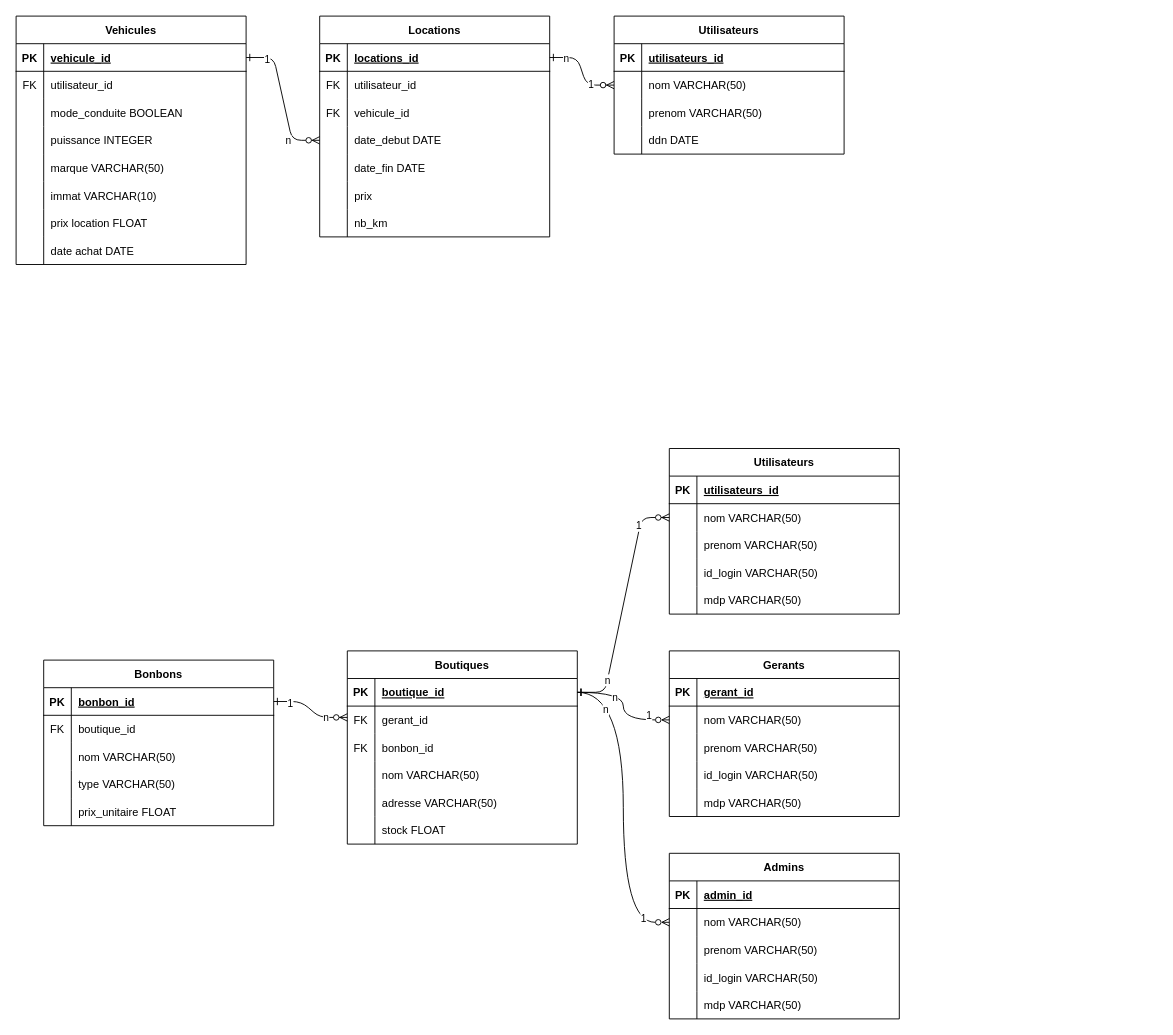
PingouinTrash/SAE-203-GitHub keeps this draw.io diagram as Diagramme sans nom.drawio. Above is the earlier version. Source tidied: cells renumbered, new cells numbered last; positions are measured from the earlier drawing's top-left corner, leaving out a move shared by most shapes. Both pictures are drawn from the tidied source at 92%, with x=0, y=0 at pixel (16, 16).
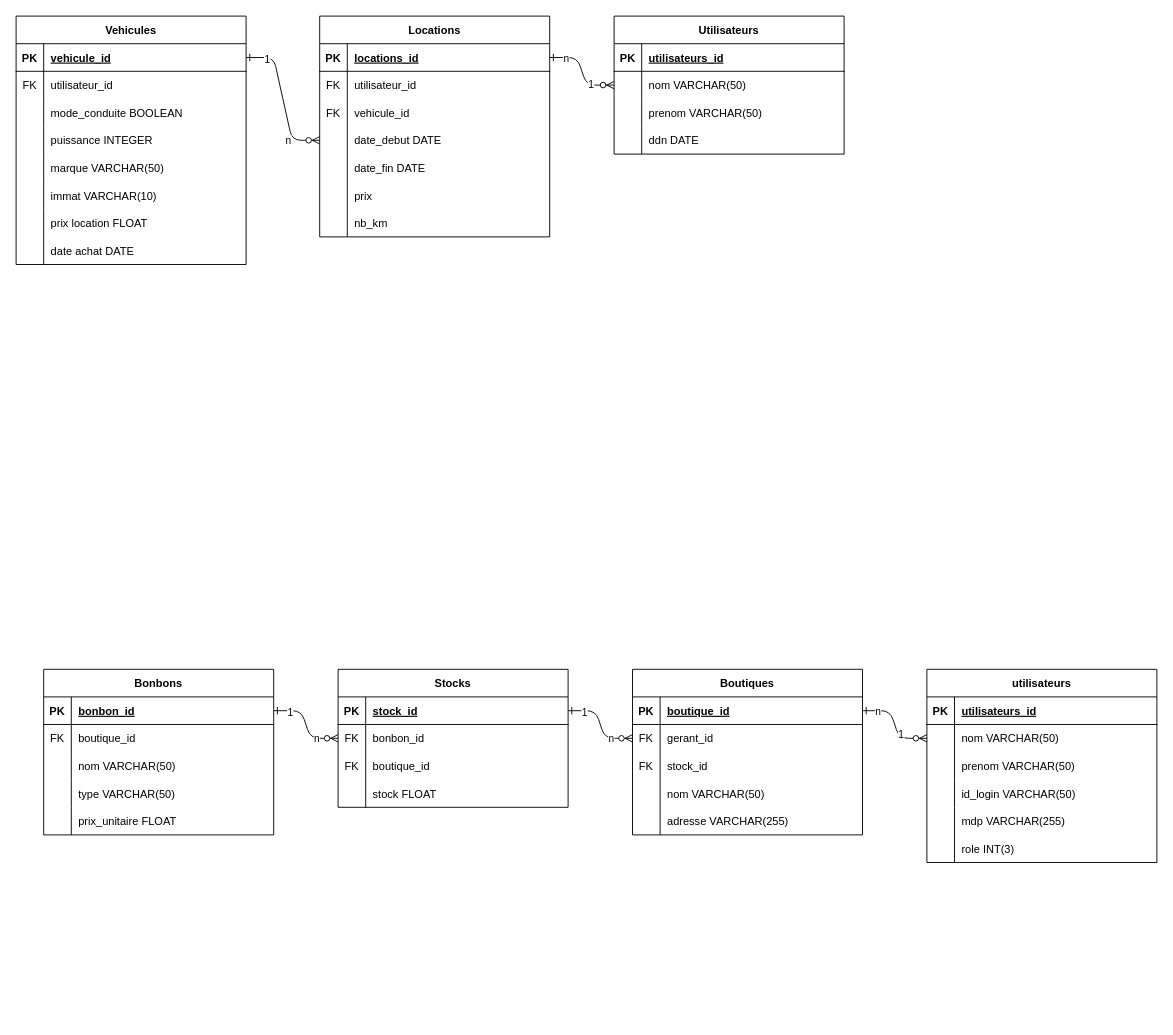
Above is the later version.

Commit message:
Mettre à jour Diagramme sans nom.drawio

Unchanged cells that the change refers to:
```xml
<mxCell id="68" style="edgeStyle=entityRelationEdgeStyle;endArrow=ERzeroToMany;startArrow=ERone;endFill=1;startFill=0;entryX=0;entryY=0.5;entryDx=0;entryDy=0;exitX=1;exitY=0.5;exitDx=0;exitDy=0;" parent="1" edge="1" source="91" target="78">
  <mxGeometry relative="1" as="geometry" />
</mxCell>
<mxCell id="87" style="shape=partialRectangle;fillColor=none;top=0;left=0;right=0;bottom=0;" parent="74" vertex="1">
  <mxGeometry y="150" width="250" height="30" as="geometry" />
</mxCell>
<mxCell id="91" style="shape=partialRectangle;fillColor=none;points=[[0,0.5],[1,0.5]];portConstraint=eastwest;top=0;left=0;right=0;bottom=1;" parent="90" vertex="1">
  <mxGeometry y="30" width="250" height="30" as="geometry" />
</mxCell>
<mxCell id="94" style="shape=partialRectangle;fillColor=none;points=[[0,0.5],[1,0.5]];portConstraint=eastwest;top=0;left=0;right=0;bottom=0;" parent="90" vertex="1">
  <mxGeometry y="60" width="250" height="30" as="geometry" />
</mxCell>
<mxCell id="97" style="shape=partialRectangle;fillColor=none;top=0;left=0;right=0;bottom=0;" parent="90" vertex="1">
  <mxGeometry y="90" width="250" height="30" as="geometry" />
</mxCell>
<mxCell id="103" style="shape=partialRectangle;fillColor=none;top=0;left=0;right=0;bottom=0;" parent="90" vertex="1">
  <mxGeometry y="150" width="250" height="30" as="geometry" />
</mxCell>
<mxCell id="110" style="shape=partialRectangle;fillColor=none;points=[[0,0.5],[1,0.5]];portConstraint=eastwest;top=0;left=0;right=0;bottom=1;" parent="109" vertex="1">
  <mxGeometry y="30" width="250" height="30" as="geometry" />
</mxCell>
```

Diff of the diagram source:
```diff
@@
     <mxCell id="69" value="1" style="edgeLabel;html=1;align=center;verticalAlign=middle;" parent="68" vertex="1">
       <mxGeometry x="0.69" y="1" relative="1" as="geometry">
-        <mxPoint x="-1" as="offset" />
+        <mxPoint x="-14" y="-4" as="offset" />
       </mxGeometry>
     </mxCell>
@@
-    <mxCell id="71" style="edgeStyle=entityRelationEdgeStyle;endArrow=ERzeroToMany;startArrow=ERone;endFill=1;startFill=0;exitX=1;exitY=0.5;exitDx=0;exitDy=0;entryX=0;entryY=0.41;entryDx=0;entryDy=0;entryPerimeter=0;" parent="1" edge="1" source="110" target="94">
+    <mxCell id="71" style="edgeStyle=entityRelationEdgeStyle;endArrow=ERzeroToMany;startArrow=ERone;endFill=1;startFill=0;exitX=1;exitY=0.5;exitDx=0;exitDy=0;entryX=0;entryY=0.5;entryDx=0;entryDy=0;" parent="1" edge="1" source="110" target="169">
       <mxGeometry relative="1" as="geometry" />
     </mxCell>
@@
-    <mxCell id="74" value="Utilisateurs" style="shape=table;startSize=30;childLayout=tableLayout;rowLines=0;fontStyle=1;align=center;" parent="1" vertex="1">
-      <mxGeometry x="710" y="470" width="250" height="180" as="geometry" />
+    <mxCell id="74" value="utilisateurs" style="shape=table;startSize=30;childLayout=tableLayout;rowLines=0;fontStyle=1;align=center;" parent="1" vertex="1">
+      <mxGeometry x="990" y="710" width="250" height="210" as="geometry" />
     </mxCell>
@@
-    <mxCell id="89" value="mdp VARCHAR(50) " style="shape=partialRectangle;overflow=hidden;fillColor=none;top=0;left=0;bottom=0;right=0;align=left;spacingLeft=6;" parent="87" vertex="1">
+    <mxCell id="89" value="mdp VARCHAR(255) " style="shape=partialRectangle;overflow=hidden;fillColor=none;top=0;left=0;bottom=0;right=0;align=left;spacingLeft=6;" parent="87" vertex="1">
       <mxGeometry x="30" width="220" height="30" as="geometry" />
     </mxCell>
+    <mxCell id="106" style="shape=partialRectangle;fillColor=none;top=0;left=0;right=0;bottom=0;" parent="74" vertex="1">
+      <mxGeometry y="180" width="250" height="30" as="geometry" />
+    </mxCell>
+    <mxCell id="163" style="shape=partialRectangle;overflow=hidden;fillColor=none;top=0;left=0;bottom=0;right=0;" parent="106" vertex="1">
+      <mxGeometry width="30" height="30" as="geometry" />
+    </mxCell>
+    <mxCell id="164" value="role INT(3)" style="shape=partialRectangle;overflow=hidden;fillColor=none;top=0;left=0;bottom=0;right=0;align=left;spacingLeft=6;" parent="106" vertex="1">
+      <mxGeometry x="30" width="220" height="30" as="geometry" />
+    </mxCell>
     <mxCell id="90" value="Boutiques" style="shape=table;startSize=30;childLayout=tableLayout;rowLines=0;fontStyle=1;align=center;" parent="1" vertex="1">
-      <mxGeometry x="360" y="690" width="250" height="210" as="geometry" />
+      <mxGeometry x="670" y="710" width="250" height="180" as="geometry" />
     </mxCell>
@@
-    <mxCell id="99" value="bonbon_id" style="shape=partialRectangle;overflow=hidden;fillColor=none;top=0;left=0;bottom=0;right=0;align=left;spacingLeft=6;" parent="97" vertex="1">
+    <mxCell id="99" value="stock_id" style="shape=partialRectangle;overflow=hidden;fillColor=none;top=0;left=0;bottom=0;right=0;align=left;spacingLeft=6;" parent="97" vertex="1">
       <mxGeometry x="30" width="220" height="30" as="geometry" />
     </mxCell>
@@
-    <mxCell id="105" value="adresse VARCHAR(50)" style="shape=partialRectangle;overflow=hidden;fillColor=none;top=0;left=0;bottom=0;right=0;align=left;spacingLeft=6;" parent="103" vertex="1">
+    <mxCell id="105" value="adresse VARCHAR(255)" style="shape=partialRectangle;overflow=hidden;fillColor=none;top=0;left=0;bottom=0;right=0;align=left;spacingLeft=6;" parent="103" vertex="1">
       <mxGeometry x="30" width="220" height="30" as="geometry" />
     </mxCell>
-    <mxCell id="106" style="shape=partialRectangle;fillColor=none;top=0;left=0;right=0;bottom=0;" parent="90" vertex="1">
-      <mxGeometry y="180" width="250" height="30" as="geometry" />
-    </mxCell>
-    <mxCell id="107" style="shape=partialRectangle;overflow=hidden;fillColor=none;top=0;left=0;bottom=0;right=0;" parent="106" vertex="1">
-      <mxGeometry width="30" height="30" as="geometry" />
-    </mxCell>
-    <mxCell id="108" value="stock FLOAT" style="shape=partialRectangle;overflow=hidden;fillColor=none;top=0;left=0;bottom=0;right=0;align=left;spacingLeft=6;" parent="106" vertex="1">
-      <mxGeometry x="30" width="220" height="30" as="geometry" />
-    </mxCell>
     <mxCell id="109" value="Bonbons" style="shape=table;startSize=30;childLayout=tableLayout;rowLines=0;fontStyle=1;align=center;" parent="1" vertex="1">
-      <mxGeometry x="30" y="700" width="250" height="180" as="geometry" />
+      <mxGeometry x="30" y="710" width="250" height="180" as="geometry" />
     </mxCell>
@@
-    <mxCell id="125" value="Gerants" style="shape=table;startSize=30;childLayout=tableLayout;rowLines=0;fontStyle=1;align=center;" parent="1" vertex="1">
-      <mxGeometry x="710" y="690" width="250" height="180" as="geometry" />
-    </mxCell>
-    <mxCell id="126" style="shape=partialRectangle;fillColor=none;top=0;left=0;right=0;bottom=1;" parent="125" vertex="1">
-      <mxGeometry y="30" width="250" height="30" as="geometry" />
-    </mxCell>
-    <mxCell id="127" value="PK" style="shape=partialRectangle;overflow=hidden;fillColor=none;top=0;left=0;bottom=0;right=0;fontStyle=1;" parent="126" vertex="1">
-      <mxGeometry width="30" height="30" as="geometry" />
-    </mxCell>
-    <mxCell id="128" value="gerant_id" style="shape=partialRectangle;overflow=hidden;fillColor=none;top=0;left=0;bottom=0;right=0;align=left;spacingLeft=6;fontStyle=5;" parent="126" vertex="1">
-      <mxGeometry x="30" width="220" height="30" as="geometry" />
-    </mxCell>
-    <mxCell id="129" style="shape=partialRectangle;fillColor=none;points=[[0,0.5],[1,0.5]];portConstraint=eastwest;top=0;left=0;right=0;bottom=0;" parent="125" vertex="1">
-      <mxGeometry y="60" width="250" height="30" as="geometry" />
-    </mxCell>
-    <mxCell id="130" style="shape=partialRectangle;overflow=hidden;fillColor=none;top=0;left=0;bottom=0;right=0;" parent="129" vertex="1">
-      <mxGeometry width="30" height="30" as="geometry" />
-    </mxCell>
-    <mxCell id="131" value="nom VARCHAR(50)" style="shape=partialRectangle;overflow=hidden;fillColor=none;top=0;left=0;bottom=0;right=0;align=left;spacingLeft=6;" parent="129" vertex="1">
-      <mxGeometry x="30" width="220" height="30" as="geometry" />
-    </mxCell>
-    <mxCell id="132" style="shape=partialRectangle;fillColor=none;top=0;left=0;right=0;bottom=0;" parent="125" vertex="1">
-      <mxGeometry y="90" width="250" height="30" as="geometry" />
-    </mxCell>
-    <mxCell id="133" style="shape=partialRectangle;overflow=hidden;fillColor=none;top=0;left=0;bottom=0;right=0;" parent="132" vertex="1">
-      <mxGeometry width="30" height="30" as="geometry" />
-    </mxCell>
-    <mxCell id="134" value="prenom VARCHAR(50)" style="shape=partialRectangle;overflow=hidden;fillColor=none;top=0;left=0;bottom=0;right=0;align=left;spacingLeft=6;" parent="132" vertex="1">
-      <mxGeometry x="30" width="220" height="30" as="geometry" />
-    </mxCell>
-    <mxCell id="135" style="shape=partialRectangle;fillColor=none;top=0;left=0;right=0;bottom=0;" parent="125" vertex="1">
-      <mxGeometry y="120" width="250" height="30" as="geometry" />
-    </mxCell>
-    <mxCell id="136" style="shape=partialRectangle;overflow=hidden;fillColor=none;top=0;left=0;bottom=0;right=0;" parent="135" vertex="1">
-      <mxGeometry width="30" height="30" as="geometry" />
-    </mxCell>
-    <mxCell id="137" value="id_login VARCHAR(50) " style="shape=partialRectangle;overflow=hidden;fillColor=none;top=0;left=0;bottom=0;right=0;align=left;spacingLeft=6;" parent="135" vertex="1">
-      <mxGeometry x="30" width="220" height="30" as="geometry" />
-    </mxCell>
-    <mxCell id="138" style="shape=partialRectangle;fillColor=none;top=0;left=0;right=0;bottom=0;" parent="125" vertex="1">
-      <mxGeometry y="150" width="250" height="30" as="geometry" />
-    </mxCell>
-    <mxCell id="139" style="shape=partialRectangle;overflow=hidden;fillColor=none;top=0;left=0;bottom=0;right=0;" parent="138" vertex="1">
-      <mxGeometry width="30" height="30" as="geometry" />
-    </mxCell>
-    <mxCell id="140" value="mdp VARCHAR(50)" style="shape=partialRectangle;overflow=hidden;fillColor=none;top=0;left=0;bottom=0;right=0;align=left;spacingLeft=6;" parent="138" vertex="1">
-      <mxGeometry x="30" width="220" height="30" as="geometry" />
-    </mxCell>
-    <mxCell id="141" style="edgeStyle=orthogonalEdgeStyle;rounded=0;jettySize=auto;html=1;exitX=0;exitY=0.5;exitDx=0;exitDy=0;entryX=1;entryY=0.5;entryDx=0;entryDy=0;curved=1;endArrow=ERone;endFill=0;startArrow=ERzeroToMany;startFill=0;" parent="1" edge="1" source="129" target="91">
-      <mxGeometry relative="1" as="geometry" />
-    </mxCell>
-    <mxCell id="142" value="1" style="edgeLabel;html=1;align=center;verticalAlign=middle;" parent="141" vertex="1">
-      <mxGeometry x="-0.89" y="1" relative="1" as="geometry">
-        <mxPoint x="-16" y="-6" as="offset" />
-      </mxGeometry>
-    </mxCell>
-    <mxCell id="143" value="n" style="edgeLabel;html=1;align=center;verticalAlign=middle;" parent="141" vertex="1">
-      <mxGeometry x="0.39" y="5" relative="1" as="geometry" />
-    </mxCell>
-    <mxCell id="144" value="Admins" style="shape=table;startSize=30;childLayout=tableLayout;rowLines=0;fontStyle=1;align=center;" parent="1" vertex="1">
-      <mxGeometry x="710" y="910" width="250" height="180" as="geometry" />
-    </mxCell>
-    <mxCell id="145" style="shape=partialRectangle;fillColor=none;top=0;left=0;right=0;bottom=1;" parent="144" vertex="1">
-      <mxGeometry y="30" width="250" height="30" as="geometry" />
-    </mxCell>
-    <mxCell id="146" value="PK" style="shape=partialRectangle;overflow=hidden;fillColor=none;top=0;left=0;bottom=0;right=0;fontStyle=1;" parent="145" vertex="1">
-      <mxGeometry width="30" height="30" as="geometry" />
-    </mxCell>
-    <mxCell id="147" value="admin_id" style="shape=partialRectangle;overflow=hidden;fillColor=none;top=0;left=0;bottom=0;right=0;align=left;spacingLeft=6;fontStyle=5;" parent="145" vertex="1">
-      <mxGeometry x="30" width="220" height="30" as="geometry" />
-    </mxCell>
-    <mxCell id="148" style="shape=partialRectangle;fillColor=none;points=[[0,0.5],[1,0.5]];portConstraint=eastwest;top=0;left=0;right=0;bottom=0;" parent="144" vertex="1">
-      <mxGeometry y="60" width="250" height="30" as="geometry" />
-    </mxCell>
-    <mxCell id="149" style="shape=partialRectangle;overflow=hidden;fillColor=none;top=0;left=0;bottom=0;right=0;" parent="148" vertex="1">
-      <mxGeometry width="30" height="30" as="geometry" />
-    </mxCell>
-    <mxCell id="150" value="nom VARCHAR(50)" style="shape=partialRectangle;overflow=hidden;fillColor=none;top=0;left=0;bottom=0;right=0;align=left;spacingLeft=6;" parent="148" vertex="1">
-      <mxGeometry x="30" width="220" height="30" as="geometry" />
-    </mxCell>
-    <mxCell id="151" style="shape=partialRectangle;fillColor=none;top=0;left=0;right=0;bottom=0;" parent="144" vertex="1">
-      <mxGeometry y="90" width="250" height="30" as="geometry" />
-    </mxCell>
-    <mxCell id="152" style="shape=partialRectangle;overflow=hidden;fillColor=none;top=0;left=0;bottom=0;right=0;" parent="151" vertex="1">
-      <mxGeometry width="30" height="30" as="geometry" />
-    </mxCell>
-    <mxCell id="153" value="prenom VARCHAR(50)" style="shape=partialRectangle;overflow=hidden;fillColor=none;top=0;left=0;bottom=0;right=0;align=left;spacingLeft=6;" parent="151" vertex="1">
-      <mxGeometry x="30" width="220" height="30" as="geometry" />
-    </mxCell>
-    <mxCell id="154" style="shape=partialRectangle;fillColor=none;top=0;left=0;right=0;bottom=0;" parent="144" vertex="1">
-      <mxGeometry y="120" width="250" height="30" as="geometry" />
-    </mxCell>
-    <mxCell id="155" style="shape=partialRectangle;overflow=hidden;fillColor=none;top=0;left=0;bottom=0;right=0;" parent="154" vertex="1">
-      <mxGeometry width="30" height="30" as="geometry" />
-    </mxCell>
-    <mxCell id="156" value="id_login VARCHAR(50) " style="shape=partialRectangle;overflow=hidden;fillColor=none;top=0;left=0;bottom=0;right=0;align=left;spacingLeft=6;" parent="154" vertex="1">
-      <mxGeometry x="30" width="220" height="30" as="geometry" />
-    </mxCell>
-    <mxCell id="157" style="shape=partialRectangle;fillColor=none;top=0;left=0;right=0;bottom=0;" parent="144" vertex="1">
-      <mxGeometry y="150" width="250" height="30" as="geometry" />
-    </mxCell>
-    <mxCell id="158" style="shape=partialRectangle;overflow=hidden;fillColor=none;top=0;left=0;bottom=0;right=0;" parent="157" vertex="1">
-      <mxGeometry width="30" height="30" as="geometry" />
-    </mxCell>
-    <mxCell id="159" value="mdp VARCHAR(50)" style="shape=partialRectangle;overflow=hidden;fillColor=none;top=0;left=0;bottom=0;right=0;align=left;spacingLeft=6;" parent="157" vertex="1">
-      <mxGeometry x="30" width="220" height="30" as="geometry" />
-    </mxCell>
-    <mxCell id="160" style="edgeStyle=orthogonalEdgeStyle;rounded=0;jettySize=auto;html=1;exitX=0;exitY=0.5;exitDx=0;exitDy=0;curved=1;endArrow=ERone;endFill=0;startArrow=ERzeroToMany;startFill=0;entryX=1;entryY=0.5;entryDx=0;entryDy=0;" parent="1" edge="1" source="148" target="91">
-      <mxGeometry relative="1" as="geometry" />
-    </mxCell>
-    <mxCell id="161" value="1" style="edgeLabel;html=1;align=center;verticalAlign=middle;" parent="160" vertex="1">
-      <mxGeometry x="-0.89" y="1" relative="1" as="geometry">
-        <mxPoint x="-10" y="-6" as="offset" />
-      </mxGeometry>
-    </mxCell>
-    <mxCell id="162" value="n" style="edgeLabel;html=1;align=center;verticalAlign=middle;" parent="160" vertex="1">
-      <mxGeometry x="0.83" y="18" relative="1" as="geometry" />
-    </mxCell>
+    <mxCell id="165" value="Stocks" style="shape=table;startSize=30;childLayout=tableLayout;rowLines=0;fontStyle=1;align=center;" parent="1" vertex="1">
+      <mxGeometry x="350" y="710" width="250" height="150" as="geometry" />
+    </mxCell>
+    <mxCell id="166" style="shape=partialRectangle;fillColor=none;points=[[0,0.5],[1,0.5]];portConstraint=eastwest;top=0;left=0;right=0;bottom=1;" parent="165" vertex="1">
+      <mxGeometry y="30" width="250" height="30" as="geometry" />
+    </mxCell>
+    <mxCell id="167" value="PK" style="shape=partialRectangle;overflow=hidden;fillColor=none;top=0;left=0;bottom=0;right=0;fontStyle=1;" parent="166" vertex="1">
+      <mxGeometry width="30" height="30" as="geometry" />
+    </mxCell>
+    <mxCell id="168" value="stock_id" style="shape=partialRectangle;overflow=hidden;fillColor=none;top=0;left=0;bottom=0;right=0;align=left;spacingLeft=6;fontStyle=5;" parent="166" vertex="1">
+      <mxGeometry x="30" width="220" height="30" as="geometry" />
+    </mxCell>
+    <mxCell id="169" style="shape=partialRectangle;fillColor=none;points=[[0,0.5],[1,0.5]];portConstraint=eastwest;top=0;left=0;right=0;bottom=0;" parent="165" vertex="1">
+      <mxGeometry y="60" width="250" height="30" as="geometry" />
+    </mxCell>
+    <mxCell id="170" value="FK" style="shape=partialRectangle;overflow=hidden;fillColor=none;top=0;left=0;bottom=0;right=0;" parent="169" vertex="1">
+      <mxGeometry width="30" height="30" as="geometry" />
+    </mxCell>
+    <mxCell id="171" value="bonbon_id" style="shape=partialRectangle;overflow=hidden;fillColor=none;top=0;left=0;bottom=0;right=0;align=left;spacingLeft=6;" parent="169" vertex="1">
+      <mxGeometry x="30" width="220" height="30" as="geometry" />
+    </mxCell>
+    <mxCell id="172" style="shape=partialRectangle;fillColor=none;top=0;left=0;right=0;bottom=0;" parent="165" vertex="1">
+      <mxGeometry y="90" width="250" height="30" as="geometry" />
+    </mxCell>
+    <mxCell id="173" value="FK" style="shape=partialRectangle;overflow=hidden;fillColor=none;top=0;left=0;bottom=0;right=0;" parent="172" vertex="1">
+      <mxGeometry width="30" height="30" as="geometry" />
+    </mxCell>
+    <mxCell id="174" value="boutique_id" style="shape=partialRectangle;overflow=hidden;fillColor=none;top=0;left=0;bottom=0;right=0;align=left;spacingLeft=6;" parent="172" vertex="1">
+      <mxGeometry x="30" width="220" height="30" as="geometry" />
+    </mxCell>
+    <mxCell id="175" style="shape=partialRectangle;fillColor=none;top=0;left=0;right=0;bottom=0;" parent="165" vertex="1">
+      <mxGeometry y="120" width="250" height="30" as="geometry" />
+    </mxCell>
+    <mxCell id="176" style="shape=partialRectangle;overflow=hidden;fillColor=none;top=0;left=0;bottom=0;right=0;" parent="175" vertex="1">
+      <mxGeometry width="30" height="30" as="geometry" />
+    </mxCell>
+    <mxCell id="108" value="stock FLOAT" style="shape=partialRectangle;overflow=hidden;fillColor=none;top=0;left=0;bottom=0;right=0;align=left;spacingLeft=6;" parent="175" vertex="1">
+      <mxGeometry x="30" width="220" height="30" as="geometry" />
+    </mxCell>
+    <mxCell id="177" style="edgeStyle=entityRelationEdgeStyle;endArrow=ERzeroToMany;startArrow=ERone;endFill=1;startFill=0;entryX=0;entryY=0.5;entryDx=0;entryDy=0;exitX=1;exitY=0.5;exitDx=0;exitDy=0;" parent="1" edge="1" source="166" target="94">
+      <mxGeometry relative="1" as="geometry">
+        <Array as="points">
+          <mxPoint x="330" y="980" />
+          <mxPoint x="360" y="850" />
+        </Array>
+      </mxGeometry>
+    </mxCell>
+    <mxCell id="178" value="n" style="edgeLabel;html=1;align=center;verticalAlign=middle;" parent="177" vertex="1">
+      <mxGeometry x="0.65" relative="1" as="geometry">
+        <mxPoint x="-8" as="offset" />
+      </mxGeometry>
+    </mxCell>
+    <mxCell id="179" value="1" style="edgeLabel;html=1;align=center;verticalAlign=middle;" parent="177" vertex="1">
+      <mxGeometry x="-0.84" y="-1" relative="1" as="geometry">
+        <mxPoint x="10" as="offset" />
+      </mxGeometry>
+    </mxCell>
```
